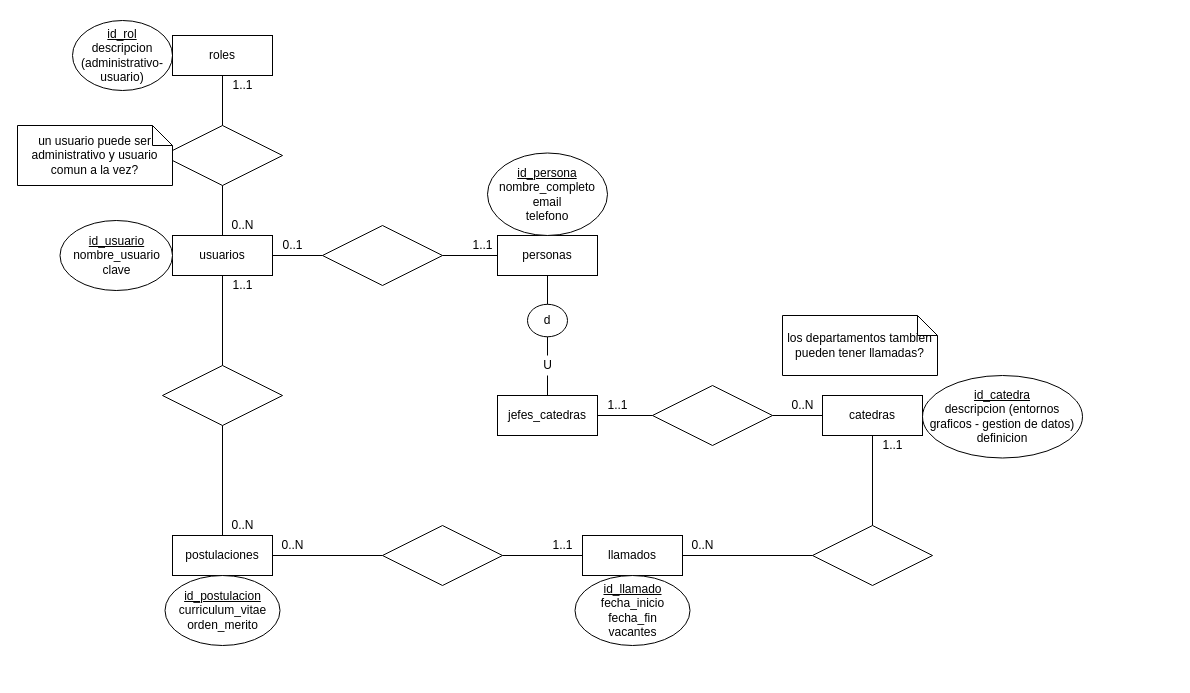
Above: TP/DER.drawio in GianfrancoRaselli/entornos-graficos (draw.io), before the change. Source tidied: cells renumbered, new cells numbered last; positions are measured from the earlier drawing's top-left corner, leaving out a move shared by most shapes. Both pictures are drawn from the tidied source at 100%, with x=0, y=0 at pixel (17, 20).
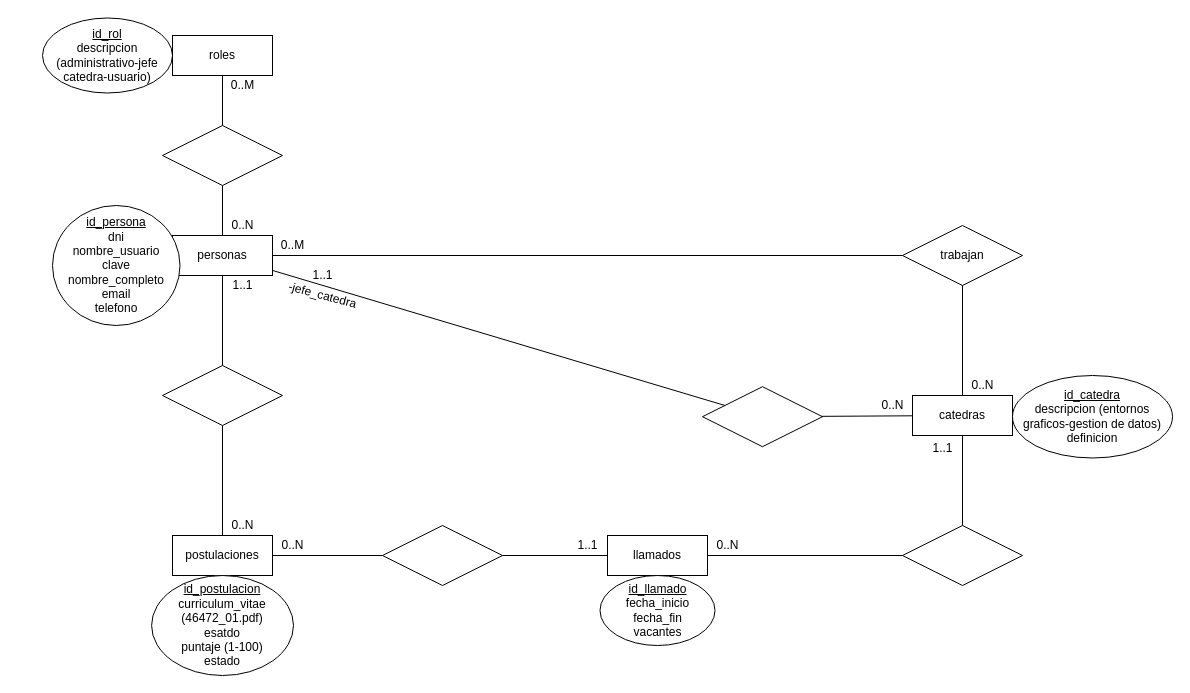
Above is the later version.

Unchanged cells that the change refers to:
```xml
<mxCell id="3" style="shape=rhombus;perimeter=rhombusPerimeter;whiteSpace=wrap;html=1;align=center;" parent="1" vertex="1">
  <mxGeometry x="145" y="105" width="120" height="60" as="geometry" />
</mxCell>
<mxCell id="27" style="shape=rhombus;perimeter=rhombusPerimeter;whiteSpace=wrap;html=1;align=center;" parent="1" vertex="1">
  <mxGeometry x="145" y="345" width="120" height="60" as="geometry" />
</mxCell>
```

The edit, as a diff of the source:
```diff
@@
-    <mxCell id="2" value="usuarios" style="whiteSpace=wrap;html=1;align=center;" parent="1" vertex="1">
-      <mxGeometry x="155" y="215" width="100" height="40" as="geometry" />
-    </mxCell>
@@
-    <mxCell id="4" value="&lt;u&gt;id_rol&lt;/u&gt;&lt;br&gt;descripcion (administrativo-usuario)" style="ellipse;whiteSpace=wrap;html=1;align=center;" parent="1" vertex="1">
-      <mxGeometry x="55" width="100" height="70" as="geometry" />
-    </mxCell>
+    <mxCell id="52" value="&lt;u&gt;id_rol&lt;/u&gt;&lt;br&gt;descripcion (administrativo-jefe catedra-usuario)" style="ellipse;whiteSpace=wrap;html=1;align=center;" parent="1" vertex="1">
+      <mxGeometry x="25" y="-2.5" width="130" height="75" as="geometry" />
+    </mxCell>
@@
-    <mxCell id="7" style="endArrow=none;html=1;rounded=0;" parent="1" edge="1" source="3" target="2">
-      <mxGeometry relative="1" as="geometry" />
-    </mxCell>
-    <mxCell id="8" value="un usuario puede ser administrativo y usuario comun a la vez?" style="shape=note;size=20;whiteSpace=wrap;html=1;" parent="1" vertex="1">
-      <mxGeometry y="105" width="155" height="60" as="geometry" />
-    </mxCell>
-    <mxCell id="9" value="1..1" style="text;html=1;align=center;verticalAlign=middle;" parent="1" vertex="1">
-      <mxGeometry x="205" y="55" width="40" height="20" as="geometry" />
-    </mxCell>
+    <mxCell id="53" style="endArrow=none;html=1;rounded=0;" parent="1" edge="1" source="3" target="14">
+      <mxGeometry relative="1" as="geometry" />
+    </mxCell>
+    <mxCell id="54" value="0..M" style="text;html=1;align=center;verticalAlign=middle;" parent="1" vertex="1">
+      <mxGeometry x="205" y="55" width="40" height="20" as="geometry" />
+    </mxCell>
@@
-    <mxCell id="11" value="&lt;u&gt;id_usuario&lt;/u&gt;&lt;br&gt;nombre_usuario&lt;br&gt;clave" style="ellipse;whiteSpace=wrap;html=1;align=center;" parent="1" vertex="1">
-      <mxGeometry x="42.5" y="200" width="112.5" height="70" as="geometry" />
-    </mxCell>
     <mxCell id="12" value="llamados" style="whiteSpace=wrap;html=1;align=center;" parent="1" vertex="1">
-      <mxGeometry x="565" y="515" width="100" height="40" as="geometry" />
+      <mxGeometry x="590" y="515" width="100" height="40" as="geometry" />
     </mxCell>
     <mxCell id="13" value="catedras" style="whiteSpace=wrap;html=1;align=center;" parent="1" vertex="1">
-      <mxGeometry x="805" y="375" width="100" height="40" as="geometry" />
+      <mxGeometry x="895" y="375" width="100" height="40" as="geometry" />
     </mxCell>
     <mxCell id="14" value="personas" style="whiteSpace=wrap;html=1;align=center;" parent="1" vertex="1">
-      <mxGeometry x="480" y="215" width="100" height="40" as="geometry" />
+      <mxGeometry x="155" y="215" width="100" height="40" as="geometry" />
     </mxCell>
-    <mxCell id="15" style="shape=rhombus;perimeter=rhombusPerimeter;whiteSpace=wrap;html=1;align=center;" parent="1" vertex="1">
-      <mxGeometry x="635" y="365" width="120" height="60" as="geometry" />
-    </mxCell>
-    <mxCell id="16" style="shape=rhombus;perimeter=rhombusPerimeter;whiteSpace=wrap;html=1;align=center;" parent="1" vertex="1">
-      <mxGeometry x="795" y="505" width="120" height="60" as="geometry" />
-    </mxCell>
+    <mxCell id="55" style="shape=rhombus;perimeter=rhombusPerimeter;whiteSpace=wrap;html=1;align=center;" parent="1" vertex="1">
+      <mxGeometry x="685" y="366.2" width="120" height="60" as="geometry" />
+    </mxCell>
@@
-    <mxCell id="18" style="endArrow=none;html=1;rounded=0;" parent="1" edge="1" source="15" target="13">
-      <mxGeometry relative="1" as="geometry" />
-    </mxCell>
-    <mxCell id="19" style="endArrow=none;html=1;rounded=0;" parent="1" edge="1" source="15" target="42">
-      <mxGeometry relative="1" as="geometry" />
-    </mxCell>
-    <mxCell id="20" value="0..N" style="text;html=1;align=center;verticalAlign=middle;" parent="1" vertex="1">
-      <mxGeometry x="665" y="515" width="40" height="20" as="geometry" />
-    </mxCell>
-    <mxCell id="21" style="endArrow=none;html=1;rounded=0;" parent="1" edge="1" source="16" target="12">
-      <mxGeometry relative="1" as="geometry" />
-    </mxCell>
-    <mxCell id="22" style="endArrow=none;html=1;rounded=0;" parent="1" edge="1" source="13" target="16">
-      <mxGeometry relative="1" as="geometry" />
-    </mxCell>
+    <mxCell id="56" style="endArrow=none;html=1;rounded=0;" parent="1" edge="1" source="55" target="13">
+      <mxGeometry relative="1" as="geometry" />
+    </mxCell>
+    <mxCell id="57" style="endArrow=none;html=1;rounded=0;" parent="1" edge="1" source="55" target="14">
+      <mxGeometry relative="1" as="geometry" />
+    </mxCell>
@@
-    <mxCell id="24" value="1..1" style="text;html=1;align=center;verticalAlign=middle;" parent="1" vertex="1">
-      <mxGeometry x="855" y="415" width="40" height="20" as="geometry" />
-    </mxCell>
@@
-    <mxCell id="30" style="endArrow=none;html=1;rounded=0;" parent="1" edge="1" source="2" target="27">
-      <mxGeometry relative="1" as="geometry" />
-    </mxCell>
+    <mxCell id="58" style="endArrow=none;html=1;rounded=0;" parent="1" edge="1" source="14" target="27">
+      <mxGeometry relative="1" as="geometry" />
+    </mxCell>
@@
-    <mxCell id="33" value="1..1" style="text;html=1;align=center;verticalAlign=middle;" parent="1" vertex="1">
-      <mxGeometry x="525" y="515" width="40" height="20" as="geometry" />
-    </mxCell>
-    <mxCell id="34" value="&lt;u&gt;id_persona&lt;/u&gt;&lt;br&gt;nombre_completo&lt;br&gt;email&lt;br&gt;telefono" style="ellipse;whiteSpace=wrap;html=1;align=center;" parent="1" vertex="1">
-      <mxGeometry x="470" y="132.5" width="120" height="82.5" as="geometry" />
-    </mxCell>
-    <mxCell id="35" style="shape=rhombus;perimeter=rhombusPerimeter;whiteSpace=wrap;html=1;align=center;" parent="1" vertex="1">
-      <mxGeometry x="305" y="205" width="120" height="60" as="geometry" />
-    </mxCell>
-    <mxCell id="36" style="endArrow=none;html=1;rounded=0;" parent="1" edge="1" source="35" target="2">
-      <mxGeometry relative="1" as="geometry" />
-    </mxCell>
-    <mxCell id="37" style="endArrow=none;html=1;rounded=0;" parent="1" edge="1" source="14" target="35">
-      <mxGeometry relative="1" as="geometry" />
-    </mxCell>
-    <mxCell id="38" value="0..1" style="text;html=1;align=center;verticalAlign=middle;" parent="1" vertex="1">
-      <mxGeometry x="255" y="215" width="40" height="20" as="geometry" />
-    </mxCell>
-    <mxCell id="39" value="1..1" style="text;html=1;align=center;verticalAlign=middle;" parent="1" vertex="1">
-      <mxGeometry x="445" y="215" width="40" height="20" as="geometry" />
-    </mxCell>
-    <mxCell id="40" value="d" style="ellipse;whiteSpace=wrap;html=1;align=center;" parent="1" vertex="1">
-      <mxGeometry x="510" y="283.8" width="40" height="32.5" as="geometry" />
-    </mxCell>
-    <mxCell id="41" style="endArrow=none;html=1;rounded=0;" parent="1" edge="1" source="40" target="14">
-      <mxGeometry relative="1" as="geometry" />
-    </mxCell>
-    <mxCell id="42" value="jefes_catedras" style="whiteSpace=wrap;html=1;align=center;" parent="1" vertex="1">
-      <mxGeometry x="480" y="375" width="100" height="40" as="geometry" />
-    </mxCell>
-    <mxCell id="43" style="endArrow=none;html=1;rounded=0;" parent="1" edge="1" source="44" target="42">
-      <mxGeometry relative="1" as="geometry" />
-    </mxCell>
-    <mxCell id="44" value="U" style="text;html=1;align=center;verticalAlign=middle;points=[];" parent="1" vertex="1">
-      <mxGeometry x="520" y="335" width="20" height="20" as="geometry" />
-    </mxCell>
-    <mxCell id="45" style="endArrow=none;html=1;rounded=0;" parent="1" edge="1" source="40" target="44">
-      <mxGeometry relative="1" as="geometry" />
-    </mxCell>
-    <mxCell id="46" value="1..1" style="text;html=1;align=center;verticalAlign=middle;" parent="1" vertex="1">
-      <mxGeometry x="580" y="375" width="40" height="20" as="geometry" />
-    </mxCell>
-    <mxCell id="47" value="0..N" style="text;html=1;align=center;verticalAlign=middle;" parent="1" vertex="1">
-      <mxGeometry x="765" y="375" width="40" height="20" as="geometry" />
-    </mxCell>
-    <mxCell id="48" value="los departamentos tambien pueden tener llamadas?" style="shape=note;size=20;whiteSpace=wrap;html=1;" parent="1" vertex="1">
-      <mxGeometry x="765" y="295" width="155" height="60" as="geometry" />
-    </mxCell>
-    <mxCell id="49" value="&lt;u&gt;id_catedra&lt;/u&gt;&lt;br&gt;descripcion (entornos graficos - gestion de datos)&lt;br&gt;definicion" style="ellipse;whiteSpace=wrap;html=1;align=center;" parent="1" vertex="1">
-      <mxGeometry x="905" y="355" width="160" height="82.5" as="geometry" />
-    </mxCell>
+    <mxCell id="59" value="1..1" style="text;html=1;align=center;verticalAlign=middle;" parent="1" vertex="1">
+      <mxGeometry x="550" y="515" width="40" height="20" as="geometry" />
+    </mxCell>
+    <mxCell id="60" value="&lt;u&gt;id_persona&lt;/u&gt;&lt;br&gt;dni&lt;br&gt;nombre_usuario&lt;br&gt;clave&lt;br&gt;nombre_completo&lt;br&gt;email&lt;br&gt;telefono" style="ellipse;whiteSpace=wrap;html=1;align=center;" parent="1" vertex="1">
+      <mxGeometry x="35" y="185" width="127.5" height="120" as="geometry" />
+    </mxCell>
+    <mxCell id="61" value="1..1" style="text;html=1;align=center;verticalAlign=middle;" parent="1" vertex="1">
+      <mxGeometry x="285" y="245" width="40" height="20" as="geometry" />
+    </mxCell>
+    <mxCell id="62" value="0..N" style="text;html=1;align=center;verticalAlign=middle;" parent="1" vertex="1">
+      <mxGeometry x="855" y="375" width="40" height="20" as="geometry" />
+    </mxCell>
+    <mxCell id="63" value="&lt;u&gt;id_catedra&lt;/u&gt;&lt;br&gt;descripcion (entornos graficos-gestion de datos)&lt;br&gt;definicion" style="ellipse;whiteSpace=wrap;html=1;align=center;" parent="1" vertex="1">
+      <mxGeometry x="995" y="355" width="160" height="82.5" as="geometry" />
+    </mxCell>
     <mxCell id="50" value="&lt;u&gt;id_llamado&lt;br&gt;&lt;/u&gt;fecha_inicio&lt;br&gt;fecha_fin&lt;br&gt;vacantes" style="ellipse;whiteSpace=wrap;html=1;align=center;" parent="1" vertex="1">
-      <mxGeometry x="557.5" y="555" width="115" height="70" as="geometry" />
+      <mxGeometry x="582.5" y="555" width="115" height="70" as="geometry" />
     </mxCell>
-    <mxCell id="51" value="&lt;u&gt;id_postulacion&lt;br&gt;&lt;/u&gt;curriculum_vitae&lt;br&gt;orden_merito" style="ellipse;whiteSpace=wrap;html=1;align=center;" parent="1" vertex="1">
-      <mxGeometry x="147.5" y="555" width="115" height="70" as="geometry" />
-    </mxCell>
+    <mxCell id="64" value="&lt;u&gt;id_postulacion&lt;br&gt;&lt;/u&gt;curriculum_vitae (46472_01.pdf)&lt;br&gt;esatdo&lt;br&gt;puntaje (1-100)&lt;br&gt;estado" style="ellipse;whiteSpace=wrap;html=1;align=center;" parent="1" vertex="1">
+      <mxGeometry x="134.1" y="555" width="141.9" height="100" as="geometry" />
+    </mxCell>
+    <mxCell id="65" value="trabajan" style="shape=rhombus;perimeter=rhombusPerimeter;whiteSpace=wrap;html=1;align=center;" parent="1" vertex="1">
+      <mxGeometry x="885" y="205" width="120" height="60" as="geometry" />
+    </mxCell>
+    <mxCell id="66" style="endArrow=none;html=1;rounded=0;" parent="1" edge="1" source="14" target="65">
+      <mxGeometry relative="1" as="geometry" />
+    </mxCell>
+    <mxCell id="67" style="endArrow=none;html=1;rounded=0;" parent="1" edge="1" source="13" target="65">
+      <mxGeometry relative="1" as="geometry" />
+    </mxCell>
+    <mxCell id="68" value="0..N" style="text;html=1;align=center;verticalAlign=middle;" parent="1" vertex="1">
+      <mxGeometry x="945" y="355" width="40" height="20" as="geometry" />
+    </mxCell>
+    <mxCell id="69" value="0..M" style="text;html=1;align=center;verticalAlign=middle;" parent="1" vertex="1">
+      <mxGeometry x="255" y="215" width="40" height="20" as="geometry" />
+    </mxCell>
+    <mxCell id="70" style="shape=rhombus;perimeter=rhombusPerimeter;whiteSpace=wrap;html=1;align=center;" parent="1" vertex="1">
+      <mxGeometry x="885" y="505" width="120" height="60" as="geometry" />
+    </mxCell>
+    <mxCell id="71" style="endArrow=none;html=1;rounded=0;" parent="1" edge="1" source="70" target="12">
+      <mxGeometry relative="1" as="geometry" />
+    </mxCell>
+    <mxCell id="72" value="0..N" style="text;html=1;align=center;verticalAlign=middle;" parent="1" vertex="1">
+      <mxGeometry x="690" y="515" width="40" height="20" as="geometry" />
+    </mxCell>
+    <mxCell id="73" style="endArrow=none;html=1;rounded=0;" parent="1" edge="1" source="70" target="13">
+      <mxGeometry relative="1" as="geometry" />
+    </mxCell>
+    <mxCell id="74" value="1..1" style="text;html=1;align=center;verticalAlign=middle;" parent="1" vertex="1">
+      <mxGeometry x="905" y="417.5" width="40" height="20" as="geometry" />
+    </mxCell>
+    <mxCell id="75" value="&lt;span&gt;-jefe_catedra&lt;/span&gt;" style="text;html=1;align=center;verticalAlign=middle;strokeColor=none;rotation=15;" parent="1" vertex="1">
+      <mxGeometry x="260" y="265" width="90" height="20" as="geometry" />
+    </mxCell>
```
